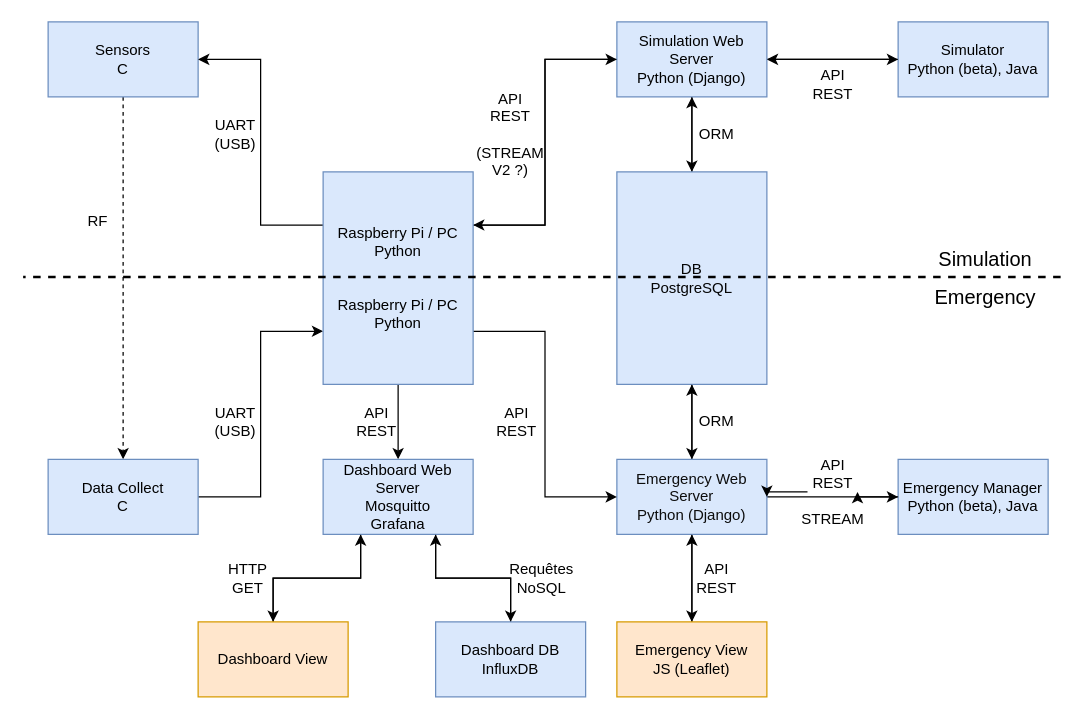
Before: docs/diagrams/application-structure-diagram.drawio in saya-rbt/firecloud-monitor, a draw.io diagram. Source tidied: cells renumbered, new cells numbered last; positions are measured from the earlier drawing's top-left corner, leaving out a move shared by most shapes. Both pictures are drawn from the tidied source at 125%, with x=0, y=0 at pixel (22, 21).
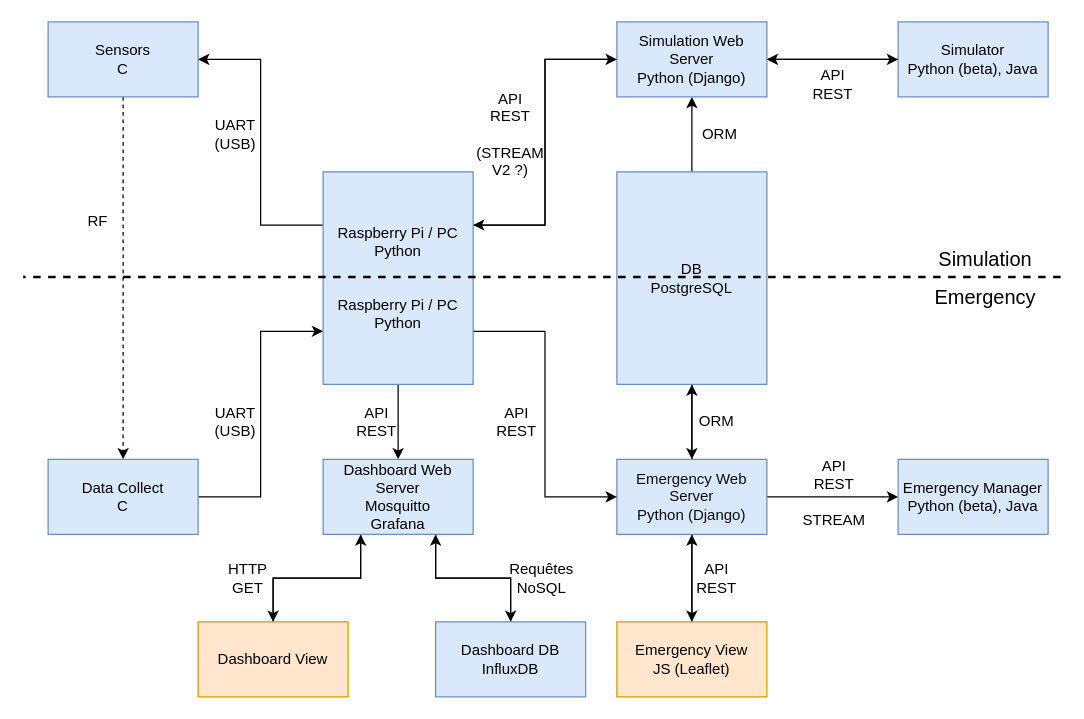
After the change.

The change refers to these unchanged cells:
```xml
<mxCell id="9" value="&lt;div&gt;Simulation Web Server&lt;/div&gt;&lt;div&gt;Python (Django)&lt;/div&gt;" style="rounded=0;whiteSpace=wrap;html=1;fillColor=#dae8fc;strokeColor=#6c8ebf;labelBorderColor=none;fontColor=#000000;" parent="1" vertex="1">
  <mxGeometry x="475" width="120" height="60" as="geometry" />
</mxCell>
<mxCell id="12" value="&lt;div&gt;&lt;br&gt;&lt;/div&gt;&lt;div&gt;DB&lt;/div&gt;&lt;div&gt;PostgreSQL&lt;/div&gt;&lt;div&gt;&lt;br&gt;&lt;/div&gt;" style="rounded=0;whiteSpace=wrap;html=1;fillColor=#dae8fc;strokeColor=#6c8ebf;labelBorderColor=none;fontColor=#050505;" parent="1" vertex="1">
  <mxGeometry x="475" y="120" width="120" height="170" as="geometry" />
</mxCell>
<mxCell id="16" value="&lt;div&gt;Emergency Web Server&lt;/div&gt;&lt;div&gt;Python (Django)&lt;/div&gt;" style="rounded=0;whiteSpace=wrap;html=1;fillColor=#dae8fc;strokeColor=#6c8ebf;labelBorderColor=none;fontColor=#0D0D0D;" parent="1" vertex="1">
  <mxGeometry x="475" y="350" width="120" height="60" as="geometry" />
</mxCell>
<mxCell id="25" value="&lt;div&gt;Emergency Manager&lt;/div&gt;&lt;div&gt;Python (beta), Java&lt;br&gt;&lt;/div&gt;" style="rounded=0;whiteSpace=wrap;html=1;fillColor=#dae8fc;strokeColor=#6c8ebf;labelBorderColor=none;fontColor=#000000;" parent="1" vertex="1">
  <mxGeometry x="700" y="350" width="120" height="60" as="geometry" />
</mxCell>
```

Change to the diagram source:
```diff
@@
-    <mxCell id="6" style="edgeStyle=orthogonalEdgeStyle;rounded=0;jettySize=auto;html=1;exitX=0.5;exitY=1;exitDx=0;exitDy=0;entryX=0.5;entryY=0;entryDx=0;entryDy=0;labelBorderColor=none;" parent="1" edge="1" source="9" target="12">
+    <mxCell id="6" style="edgeStyle=orthogonalEdgeStyle;rounded=0;jettySize=auto;html=1;exitX=0.5;exitY=1;exitDx=0;exitDy=0;entryX=0.5;entryY=0;entryDx=0;entryDy=0;labelBorderColor=none;startArrow=classic;startFill=1;endArrow=none;endFill=0;" parent="1" edge="1" source="9" target="12">
       <mxGeometry relative="1" as="geometry" />
     </mxCell>
@@
-    <mxCell id="10" style="edgeStyle=orthogonalEdgeStyle;rounded=0;jettySize=auto;html=1;exitX=0.5;exitY=0;exitDx=0;exitDy=0;entryX=0.5;entryY=1;entryDx=0;entryDy=0;labelBorderColor=none;" parent="1" edge="1" source="12" target="9">
-      <mxGeometry relative="1" as="geometry" />
-    </mxCell>
@@
-    <mxCell id="24" style="edgeStyle=orthogonalEdgeStyle;rounded=0;jettySize=auto;html=1;exitX=0;exitY=0.5;exitDx=0;exitDy=0;entryX=1;entryY=0.5;entryDx=0;entryDy=0;labelBorderColor=none;" parent="1" edge="1" source="50" target="16">
-      <mxGeometry relative="1" as="geometry" />
-    </mxCell>
@@
     <mxCell id="37" value="&lt;div&gt;ORM&lt;/div&gt;" style="text;html=1;strokeColor=none;fillColor=none;align=center;verticalAlign=middle;whiteSpace=wrap;rounded=0;labelBorderColor=none;" parent="1" vertex="1">
-      <mxGeometry x="535" y="80" width="40" height="20" as="geometry" />
+      <mxGeometry x="540" y="80" width="35" height="20" as="geometry" />
     </mxCell>
@@
     <mxCell id="50" value="&lt;div&gt;API &lt;br&gt;&lt;/div&gt;&lt;div&gt;REST&lt;/div&gt;&lt;div&gt;&lt;br&gt;&lt;/div&gt;&lt;div&gt;STREAM&lt;/div&gt;" style="text;html=1;strokeColor=none;fillColor=none;align=center;verticalAlign=middle;whiteSpace=wrap;rounded=0;labelBorderColor=none;" parent="1" vertex="1">
-      <mxGeometry x="627.5" y="366" width="40" height="20" as="geometry" />
+      <mxGeometry x="628.5" y="367" width="40" height="20" as="geometry" />
     </mxCell>
-    <mxCell id="51" style="edgeStyle=orthogonalEdgeStyle;rounded=0;jettySize=auto;html=1;exitX=0;exitY=0.5;exitDx=0;exitDy=0;entryX=1;entryY=0.5;entryDx=0;entryDy=0;labelBorderColor=none;" parent="1" edge="1" source="25" target="50">
-      <mxGeometry relative="1" as="geometry" />
-    </mxCell>
```
